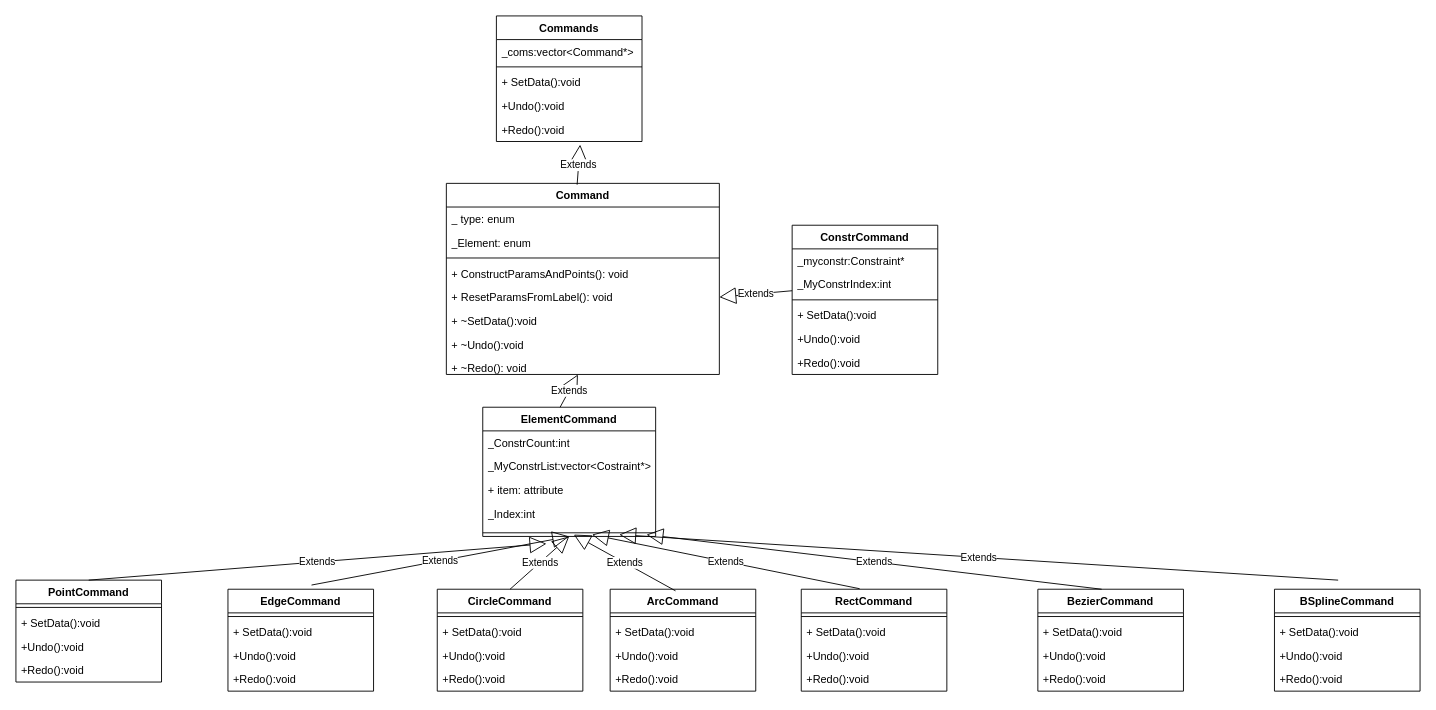
This is 移动类图.drawio from liuhuliuhu123/First-test, a draw.io file, before an edit. Source tidied: cells renumbered, new cells numbered last; positions are measured from the earlier drawing's top-left corner, leaving out a move shared by most shapes. Both pictures are drawn from the tidied source at 91%, with x=0, y=0 at pixel (15, 15).
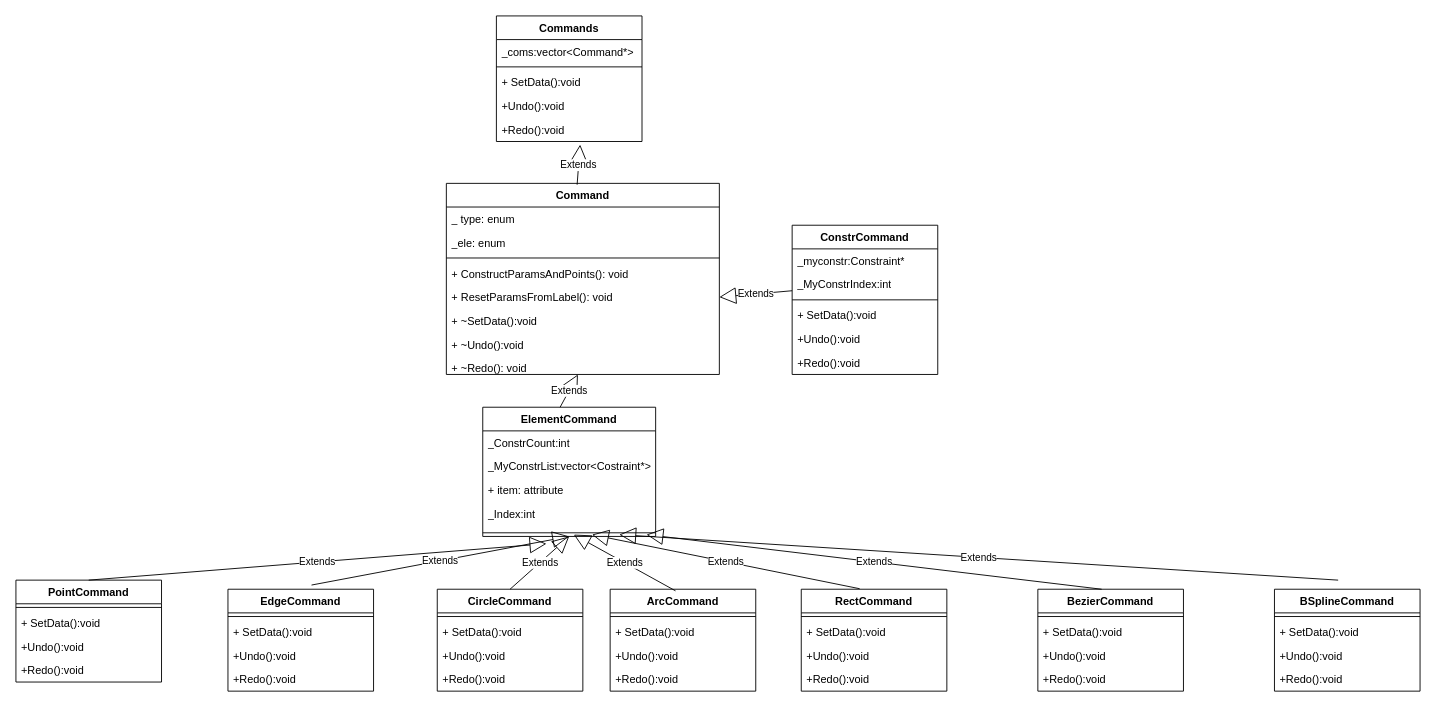
The same diagram, later.

Commit message (it also covers changes not shown here):
更新移动类图.drawio

Unchanged cells that the change refers to:
```xml
<mxCell id="2" value="Command" style="swimlane;fontStyle=1;align=center;verticalAlign=top;horizontal=1;startSize=26;whiteSpace=wrap;html=1;" parent="1" vertex="1">
  <mxGeometry x="473" y="184" width="300" height="210" as="geometry" />
</mxCell>
```

Change to the diagram source:
```diff
@@
-    <mxCell id="4" value="_Element: enum" style="text;strokeColor=none;fillColor=none;align=left;verticalAlign=top;spacingLeft=4;spacingRight=4;overflow=hidden;whiteSpace=wrap;html=1;" parent="2" vertex="1">
+    <mxCell id="4" value="_ele: enum" style="text;strokeColor=none;fillColor=none;align=left;verticalAlign=top;spacingLeft=4;spacingRight=4;overflow=hidden;whiteSpace=wrap;html=1;" parent="2" vertex="1">
       <mxGeometry y="52" width="300" height="26" as="geometry" />
     </mxCell>
```
